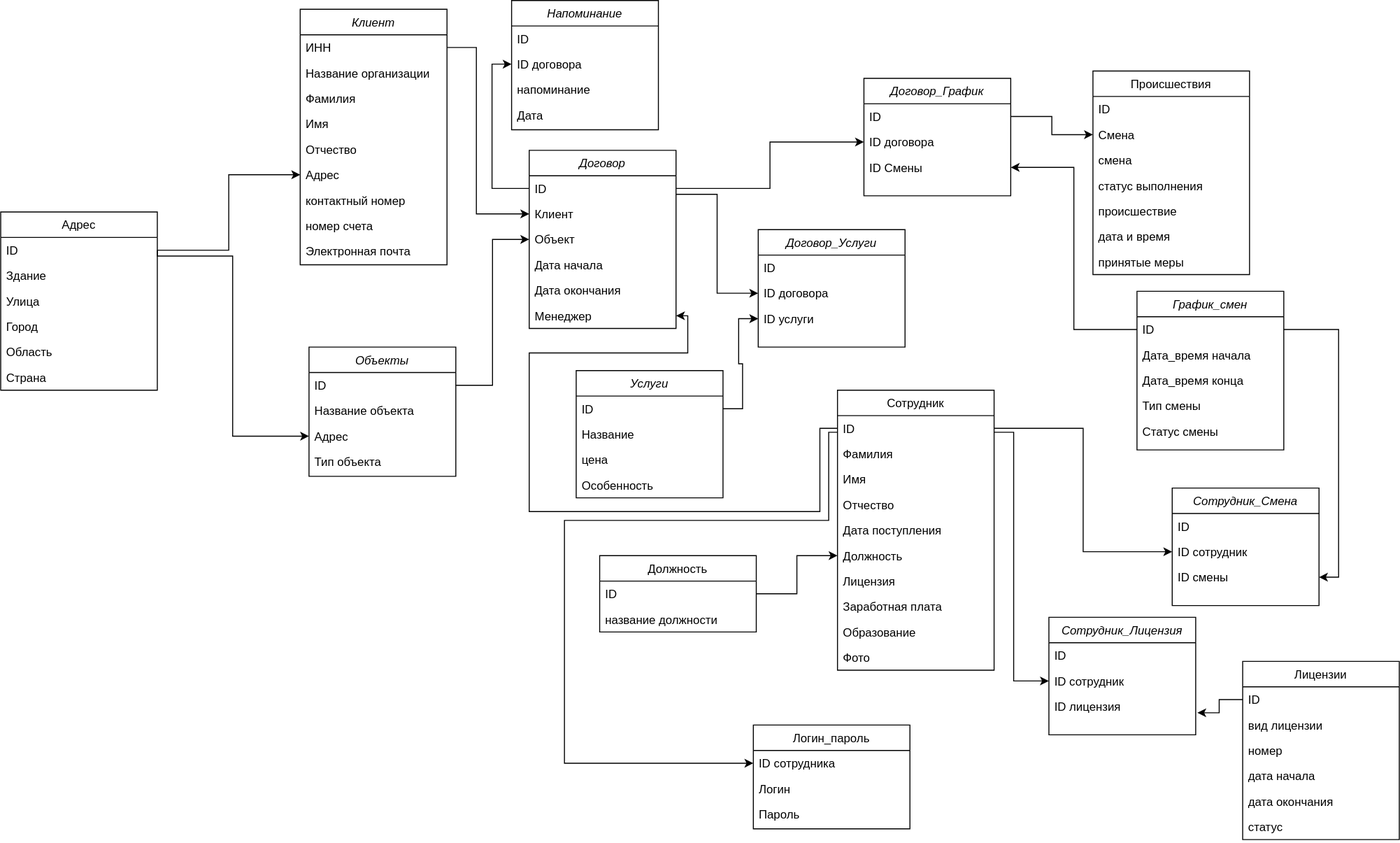
Before: Логическая.svg, a diagram exported from draw.io (Ancilot/CursSYBD). Source tidied: cells renumbered, new cells last; positions are measured from the earlier drawing's top-left corner, leaving out a move shared by most shapes.
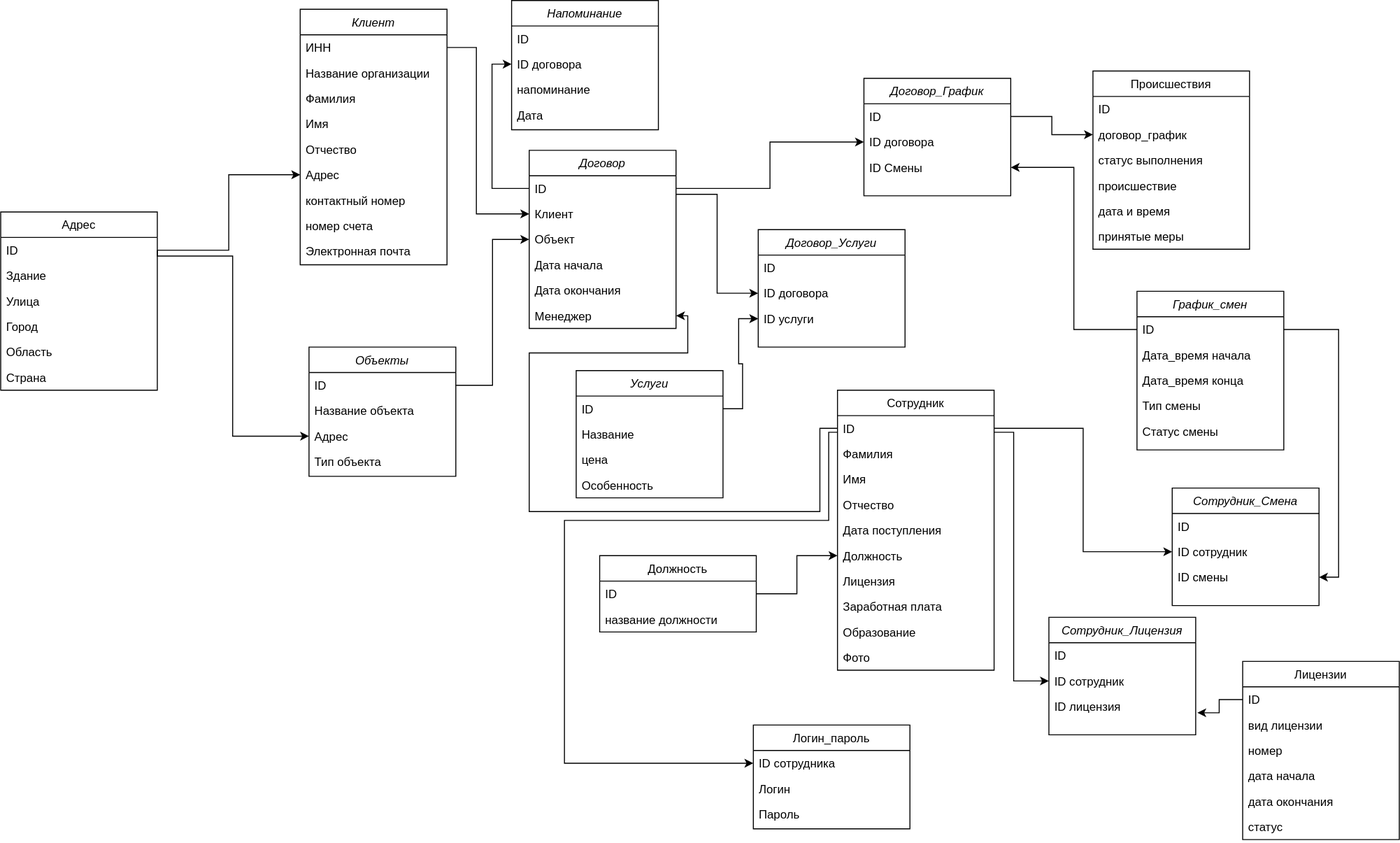
The same file after the commit.

Diff of the diagram source:
```diff
@@ -123,28 +123,25 @@
       <mxGeometry y="52" width="160" height="26" as="geometry" />
     </mxCell>
     <mxCell id="42" value="Происшествия" style="swimlane;fontStyle=0;align=center;verticalAlign=top;horizontal=1;startSize=26;rounded=0;shadow=0;strokeWidth=1;" parent="1" vertex="1">
-      <mxGeometry x="1116" y="72" width="160" height="208" as="geometry" />
+      <mxGeometry x="1116" y="72" width="160" height="182" as="geometry" />
     </mxCell>
     <mxCell id="43" value="ID" style="text;align=left;verticalAlign=top;spacingLeft=4;spacingRight=4;overflow=hidden;" parent="42" vertex="1">
       <mxGeometry y="26" width="160" height="26" as="geometry" />
     </mxCell>
-    <mxCell id="44" value="Смена" style="text;align=left;verticalAlign=top;spacingLeft=4;spacingRight=4;overflow=hidden;points=[[0,0.5],[1,0.5]];portConstraint=eastwest;" parent="42" vertex="1">
+    <mxCell id="44" value="договор_график" style="text;align=left;verticalAlign=top;spacingLeft=4;spacingRight=4;overflow=hidden;points=[[0,0.5],[1,0.5]];portConstraint=eastwest;" parent="42" vertex="1">
       <mxGeometry y="52" width="160" height="26" as="geometry" />
     </mxCell>
-    <mxCell id="45" value="смена" style="text;align=left;verticalAlign=top;spacingLeft=4;spacingRight=4;overflow=hidden;rounded=0;shadow=0;html=0;" parent="42" vertex="1">
-      <mxGeometry y="78" width="160" height="26" as="geometry" />
-    </mxCell>
     <mxCell id="46" value="статус выполнения" style="text;align=left;verticalAlign=top;spacingLeft=4;spacingRight=4;overflow=hidden;rounded=0;shadow=0;html=0;" parent="42" vertex="1">
-      <mxGeometry y="104" width="160" height="26" as="geometry" />
+      <mxGeometry y="78" width="160" height="26" as="geometry" />
     </mxCell>
     <mxCell id="47" value="происшествие" style="text;align=left;verticalAlign=top;spacingLeft=4;spacingRight=4;overflow=hidden;rounded=0;shadow=0;html=0;" parent="42" vertex="1">
-      <mxGeometry y="130" width="160" height="26" as="geometry" />
+      <mxGeometry y="104" width="160" height="26" as="geometry" />
     </mxCell>
     <mxCell id="48" value="дата и время" style="text;align=left;verticalAlign=top;spacingLeft=4;spacingRight=4;overflow=hidden;rounded=0;shadow=0;html=0;" parent="42" vertex="1">
-      <mxGeometry y="156" width="160" height="26" as="geometry" />
+      <mxGeometry y="130" width="160" height="26" as="geometry" />
     </mxCell>
     <mxCell id="49" value="принятые меры" style="text;align=left;verticalAlign=top;spacingLeft=4;spacingRight=4;overflow=hidden;rounded=0;shadow=0;html=0;" parent="42" vertex="1">
-      <mxGeometry y="182" width="160" height="26" as="geometry" />
+      <mxGeometry y="156" width="160" height="26" as="geometry" />
     </mxCell>
     <mxCell id="50" value="Клиент" style="swimlane;fontStyle=2;align=center;verticalAlign=top;horizontal=1;startSize=26;rounded=0;shadow=0;strokeWidth=1;" parent="1" vertex="1">
       <mxGeometry x="306" y="9" width="150" height="261" as="geometry" />
```
